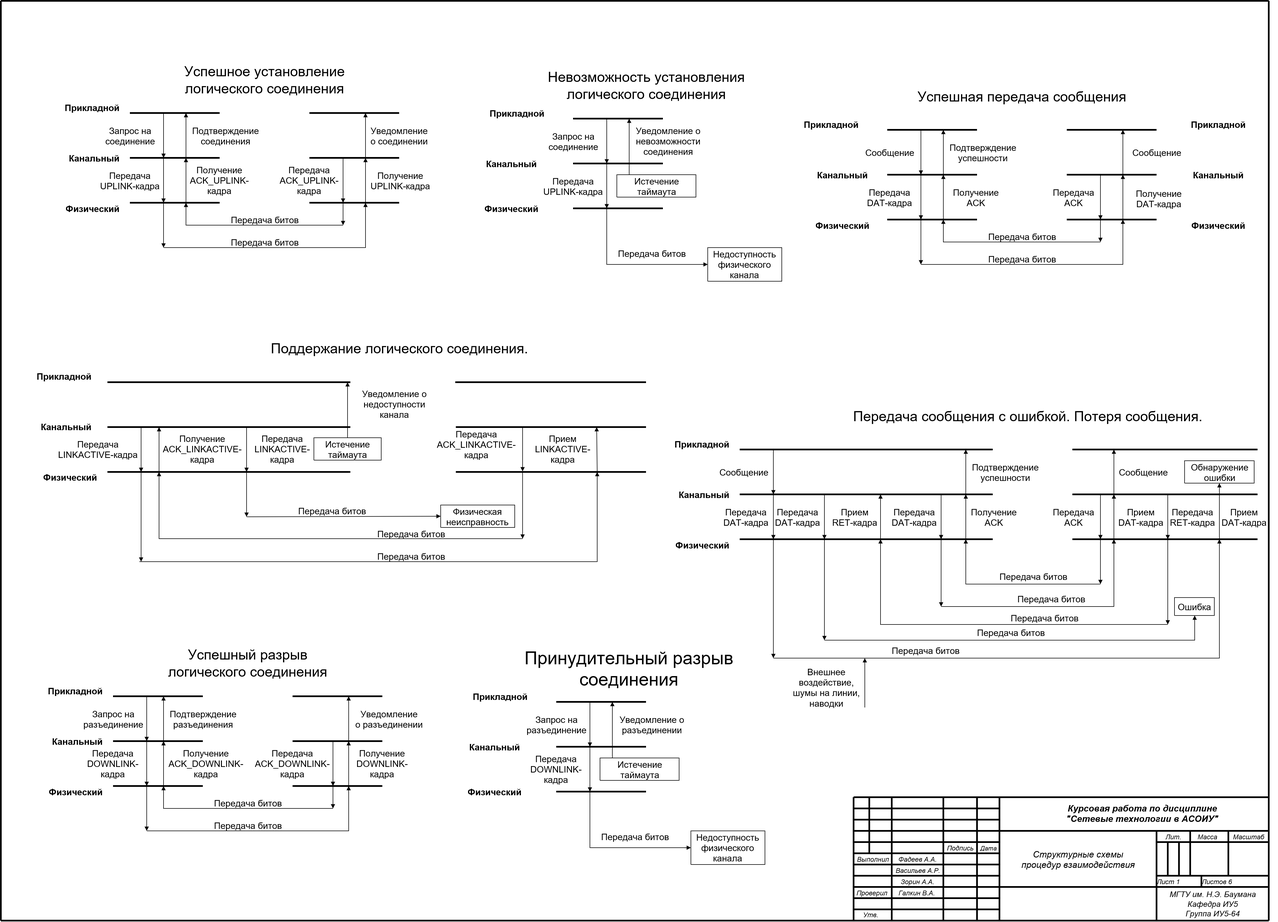
DMfananddu/Network keeps this draw.io diagram as 1-Взаимодействие final.png. Above is the earlier version. Source tidied: cells renumbered, new cells last; positions are measured from the earlier drawing's top-left corner, leaving out a move shared by most shapes.
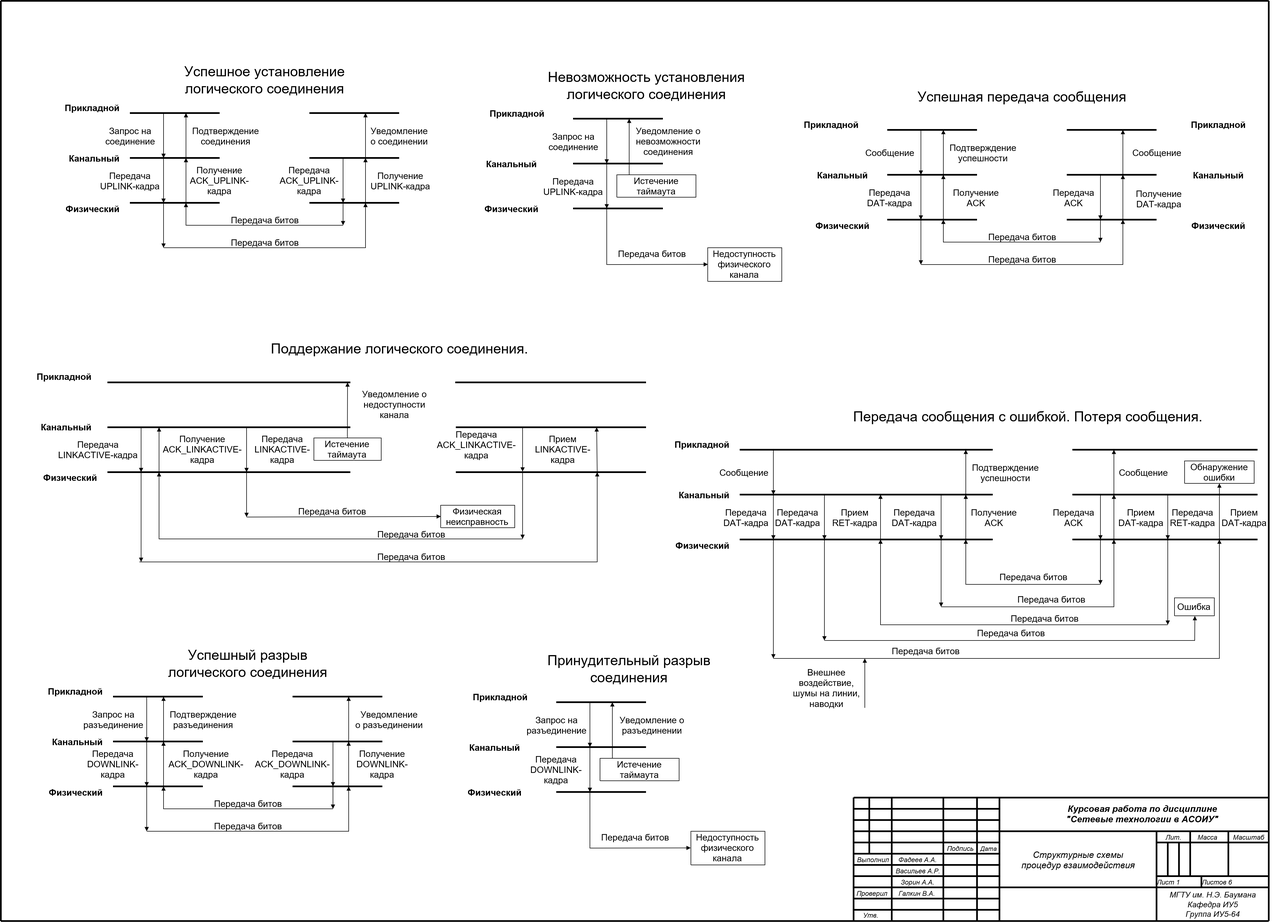
The same diagram one commit later.

Diff of the diagram source:
```diff
@@ -1042,7 +1042,7 @@
     <mxCell id="205" value="&lt;p style=&quot;align:center;margin-left:0;margin-right:0;margin-top:0px;margin-bottom:0px;text-indent:0;valign:middle;direction:ltr;&quot;&gt;&lt;font style=&quot;font-size:16px;font-family:Arial;color:#000000;direction:ltr;letter-spacing:0px;line-height:120%;opacity:1&quot;&gt;Передача битов&lt;br/&gt;&lt;/font&gt;&lt;/p&gt;" style="verticalAlign=middle;align=center;vsdxID=283;fillColor=none;gradientColor=none;shape=(stored shape, 160 characters);strokeColor=none;spacingTop=-3;spacingBottom=-3;spacingLeft=-3;spacingRight=-3;labelBackgroundColor=none;rounded=0;html=1;whiteSpace=wrap;" parent="1" vertex="1">
       <mxGeometry x="340" y="1460" width="200" height="20" as="geometry" />
     </mxCell>
-    <mxCell id="206" value="&lt;p style=&quot;margin-left: 0 ; margin-right: 0 ; margin-top: 0px ; margin-bottom: 0px ; text-indent: 0 ; direction: ltr&quot;&gt;&lt;font face=&quot;&amp;#34;arial&amp;#34;&quot;&gt;&lt;font size=&quot;6&quot;&gt;Принудительный разрыв соединения&lt;font style=&quot;font-size: 25px ; font-family: &amp;#34;arial&amp;#34; ; color: #000000 ; direction: ltr ; letter-spacing: 0px ; line-height: 120% ; opacity: 1&quot;&gt;&lt;br&gt;&lt;/font&gt;&lt;/font&gt;&lt;/font&gt;&lt;/p&gt;" style="verticalAlign=middle;align=center;vsdxID=286;fillColor=none;gradientColor=none;shape=(stored shape, 160 characters);strokeColor=none;spacingTop=-3;spacingBottom=-3;spacingLeft=-3;spacingRight=-3;labelBackgroundColor=none;rounded=0;html=1;whiteSpace=wrap;" parent="1" vertex="1">
+    <mxCell id="206" value="&lt;p style=&quot;margin: 0px ; text-indent: 0px ; font-size: 25px ; direction: ltr&quot;&gt;&lt;font face=&quot;&amp;#34;arial&amp;#34;&quot; style=&quot;font-size: 25px&quot;&gt;&lt;font style=&quot;font-size: 25px&quot;&gt;Принудительный разрыв соединения&lt;/font&gt;&lt;font style=&quot;color: rgb(0 , 0 , 0) ; line-height: 120% ; letter-spacing: 0px ; font-family: &amp;#34;arial&amp;#34; ; font-size: 25px ; direction: ltr ; opacity: 1&quot;&gt;&lt;br&gt;&lt;/font&gt;&lt;/font&gt;&lt;/p&gt;" style="verticalAlign=middle;align=center;vsdxID=286;fillColor=none;gradientColor=none;shape=(stored shape, 160 characters);strokeColor=none;spacingTop=-3;spacingBottom=-3;spacingLeft=-3;spacingRight=-3;labelBackgroundColor=none;rounded=0;html=1;whiteSpace=wrap;" parent="1" vertex="1">
       <mxGeometry x="930" y="1150" width="380" height="80" as="geometry" />
     </mxCell>
     <mxCell id="207" value="&lt;p style=&quot;align:center;margin-left:0;margin-right:0;margin-top:0px;margin-bottom:0px;text-indent:0;valign:middle;direction:ltr;&quot;&gt;&lt;font style=&quot;font-size:16px;font-family:Arial;color:#000000;direction:ltr;letter-spacing:0px;line-height:120%;opacity:1&quot;&gt;Запрос на&lt;br/&gt;разъединение&lt;br/&gt;&lt;/font&gt;&lt;/p&gt;" style="verticalAlign=middle;align=center;vsdxID=288;fillColor=none;gradientColor=none;shape=(stored shape, 160 characters);strokeColor=none;spacingTop=-3;spacingBottom=-3;spacingLeft=-3;spacingRight=-3;labelBackgroundColor=none;rounded=0;html=1;whiteSpace=wrap;" parent="1" vertex="1">
```
